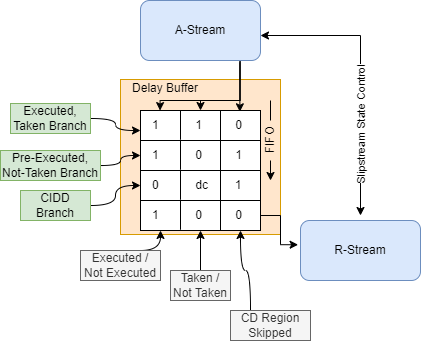
smdupor/diagrams.net keeps this draw.io diagram as DelayBuffer.png. Above is the earlier version. Source tidied: cells renumbered, new cells last; positions are measured from the earlier drawing's top-left corner, leaving out a move shared by most shapes. The source it was exported from:
```xml
<mxGraphModel>
  <root>
    <mxCell id="0" />
    <mxCell id="1" parent="0" />
    <mxCell id="2" style="rounded=0;whiteSpace=wrap;html=1;fontStyle=1;fillColor=#ffe6cc;strokeColor=#d79b00;" parent="1" vertex="1">
      <mxGeometry x="120" y="79" width="160" height="155" as="geometry" />
    </mxCell>
    <mxCell id="3" style="edgeStyle=orthogonalEdgeStyle;rounded=0;jettySize=auto;html=1;exitX=0.833;exitY=1.03;exitDx=0;exitDy=0;endArrow=classic;endFill=1;exitPerimeter=0;entryX=0.828;entryY=0.043;entryDx=0;entryDy=0;entryPerimeter=0;" parent="1" edge="1" source="8" target="10">
      <mxGeometry relative="1" as="geometry">
        <Array as="points">
          <mxPoint x="240" y="111" />
        </Array>
      </mxGeometry>
    </mxCell>
    <mxCell id="4" style="edgeStyle=orthogonalEdgeStyle;rounded=0;orthogonalLoop=1;jettySize=auto;html=1;endArrow=classic;endFill=1;entryX=0.5;entryY=0;entryDx=0;entryDy=0;startArrow=classic;startFill=1;" parent="1" edge="1">
      <mxGeometry relative="1" as="geometry">
        <mxPoint x="260" y="35" as="sourcePoint" />
        <mxPoint x="360" y="215" as="targetPoint" />
        <Array as="points">
          <mxPoint x="360" y="35" />
        </Array>
      </mxGeometry>
    </mxCell>
    <mxCell id="5" value="Slipstream State Control" style="edgeLabel;html=1;align=center;verticalAlign=middle;rotation=-90;" parent="4" vertex="1">
      <mxGeometry x="-0.09" relative="1" as="geometry">
        <mxPoint y="62" as="offset" />
      </mxGeometry>
    </mxCell>
    <mxCell id="6" style="edgeStyle=orthogonalEdgeStyle;rounded=0;jettySize=auto;html=1;exitX=0.828;exitY=0.985;exitDx=0;exitDy=0;entryX=0.163;entryY=0.003;entryDx=0;entryDy=0;startArrow=none;startFill=0;endArrow=classic;endFill=1;exitPerimeter=0;entryPerimeter=0;" parent="1" edge="1" source="8" target="10">
      <mxGeometry relative="1" as="geometry">
        <Array as="points">
          <mxPoint x="239" y="100" />
          <mxPoint x="160" y="100" />
          <mxPoint x="160" y="110" />
        </Array>
      </mxGeometry>
    </mxCell>
    <mxCell id="7" style="edgeStyle=orthogonalEdgeStyle;rounded=0;jettySize=auto;html=1;exitX=0.831;exitY=0.997;exitDx=0;exitDy=0;entryX=0.5;entryY=0;entryDx=0;entryDy=0;startArrow=none;startFill=0;endArrow=classic;endFill=1;exitPerimeter=0;" parent="1" edge="1" source="8" target="10">
      <mxGeometry relative="1" as="geometry">
        <Array as="points">
          <mxPoint x="240" y="100" />
          <mxPoint x="200" y="100" />
        </Array>
      </mxGeometry>
    </mxCell>
    <mxCell id="8" value="A-Stream" style="rounded=1;whiteSpace=wrap;html=1;fillColor=#dae8fc;strokeColor=#6c8ebf;" parent="1" vertex="1">
      <mxGeometry x="140" width="120" height="60" as="geometry" />
    </mxCell>
    <mxCell id="9" style="group;" parent="1" vertex="1">
      <mxGeometry x="140" y="110" width="120" height="30" as="geometry" />
    </mxCell>
    <mxCell id="10" value="&amp;nbsp; &amp;nbsp;1&amp;nbsp; &amp;nbsp; &amp;nbsp; &amp;nbsp; &amp;nbsp; &amp;nbsp;1&amp;nbsp; &amp;nbsp; &amp;nbsp; &amp;nbsp; &amp;nbsp; 0&amp;nbsp;&amp;nbsp;" style="rounded=0;whiteSpace=wrap;html=1;align=left;" parent="9" vertex="1">
      <mxGeometry width="120" height="30" as="geometry" />
    </mxCell>
    <mxCell id="11" style="edgeStyle=orthogonalEdgeStyle;rounded=0;jettySize=auto;html=1;entryX=0.335;entryY=1.004;entryDx=0;entryDy=0;endArrow=none;endFill=0;entryPerimeter=0;" parent="9" edge="1" target="10">
      <mxGeometry relative="1" as="geometry">
        <mxPoint x="40" as="sourcePoint" />
        <Array as="points">
          <mxPoint x="40" y="29" />
          <mxPoint x="40" y="29" />
        </Array>
      </mxGeometry>
    </mxCell>
    <mxCell id="12" style="edgeStyle=orthogonalEdgeStyle;rounded=0;orthogonalLoop=1;jettySize=auto;html=1;exitX=0.75;exitY=0;exitDx=0;exitDy=0;entryX=0.75;entryY=1;entryDx=0;entryDy=0;endArrow=none;endFill=0;" parent="9" edge="1" source="10" target="10">
      <mxGeometry relative="1" as="geometry">
        <Array as="points">
          <mxPoint x="80" />
          <mxPoint x="80" y="30" />
        </Array>
      </mxGeometry>
    </mxCell>
    <mxCell id="13" style="group;" parent="1" vertex="1">
      <mxGeometry x="140" y="140" width="120" height="30" as="geometry" />
    </mxCell>
    <mxCell id="14" value="&amp;nbsp; &amp;nbsp;1&amp;nbsp; &amp;nbsp; &amp;nbsp; &amp;nbsp; &amp;nbsp; &amp;nbsp;0&amp;nbsp; &amp;nbsp; &amp;nbsp; &amp;nbsp; &amp;nbsp; 1&amp;nbsp;&amp;nbsp;" style="rounded=0;whiteSpace=wrap;html=1;align=left;" parent="13" vertex="1">
      <mxGeometry width="120" height="30" as="geometry" />
    </mxCell>
    <mxCell id="15" style="edgeStyle=orthogonalEdgeStyle;rounded=0;jettySize=auto;html=1;entryX=0.335;entryY=1.004;entryDx=0;entryDy=0;endArrow=none;endFill=0;entryPerimeter=0;" parent="13" edge="1" target="14">
      <mxGeometry relative="1" as="geometry">
        <mxPoint x="40" as="sourcePoint" />
        <Array as="points">
          <mxPoint x="40" y="29" />
          <mxPoint x="40" y="29" />
        </Array>
      </mxGeometry>
    </mxCell>
    <mxCell id="16" style="edgeStyle=orthogonalEdgeStyle;rounded=0;orthogonalLoop=1;jettySize=auto;html=1;exitX=0.75;exitY=0;exitDx=0;exitDy=0;entryX=0.75;entryY=1;entryDx=0;entryDy=0;endArrow=none;endFill=0;" parent="13" edge="1" source="14" target="14">
      <mxGeometry relative="1" as="geometry">
        <Array as="points">
          <mxPoint x="80" />
          <mxPoint x="80" y="30" />
        </Array>
      </mxGeometry>
    </mxCell>
    <mxCell id="17" style="group;" parent="1" vertex="1">
      <mxGeometry x="140" y="170" width="120" height="30" as="geometry" />
    </mxCell>
    <mxCell id="18" value="&amp;nbsp; &amp;nbsp;0&amp;nbsp; &amp;nbsp; &amp;nbsp; &amp;nbsp; &amp;nbsp; &amp;nbsp;dc&amp;nbsp; &amp;nbsp; &amp;nbsp; &amp;nbsp; 1&amp;nbsp;&amp;nbsp;" style="rounded=0;whiteSpace=wrap;html=1;align=left;" parent="17" vertex="1">
      <mxGeometry width="120" height="30" as="geometry" />
    </mxCell>
    <mxCell id="19" style="edgeStyle=orthogonalEdgeStyle;rounded=0;jettySize=auto;html=1;entryX=0.335;entryY=1.004;entryDx=0;entryDy=0;endArrow=none;endFill=0;entryPerimeter=0;" parent="17" edge="1" target="18">
      <mxGeometry relative="1" as="geometry">
        <mxPoint x="40" as="sourcePoint" />
        <Array as="points">
          <mxPoint x="40" y="29" />
          <mxPoint x="40" y="29" />
        </Array>
      </mxGeometry>
    </mxCell>
    <mxCell id="20" style="edgeStyle=orthogonalEdgeStyle;rounded=0;orthogonalLoop=1;jettySize=auto;html=1;exitX=0.75;exitY=0;exitDx=0;exitDy=0;entryX=0.75;entryY=1;entryDx=0;entryDy=0;endArrow=none;endFill=0;" parent="17" edge="1" source="18" target="18">
      <mxGeometry relative="1" as="geometry">
        <Array as="points">
          <mxPoint x="80" />
          <mxPoint x="80" y="30" />
        </Array>
      </mxGeometry>
    </mxCell>
    <mxCell id="21" style="group;" parent="1" vertex="1">
      <mxGeometry x="140" y="200" width="120" height="30" as="geometry" />
    </mxCell>
    <mxCell id="22" value="&amp;nbsp; &amp;nbsp;1&amp;nbsp; &amp;nbsp; &amp;nbsp; &amp;nbsp; &amp;nbsp; &amp;nbsp;0&amp;nbsp; &amp;nbsp; &amp;nbsp; &amp;nbsp; &amp;nbsp; 0&amp;nbsp;&amp;nbsp;" style="rounded=0;whiteSpace=wrap;html=1;align=left;" parent="21" vertex="1">
      <mxGeometry width="120" height="30" as="geometry" />
    </mxCell>
    <mxCell id="23" style="edgeStyle=orthogonalEdgeStyle;rounded=0;jettySize=auto;html=1;entryX=0.335;entryY=1.004;entryDx=0;entryDy=0;endArrow=none;endFill=0;entryPerimeter=0;" parent="21" edge="1" target="22">
      <mxGeometry relative="1" as="geometry">
        <mxPoint x="40" as="sourcePoint" />
        <Array as="points">
          <mxPoint x="40" y="29" />
          <mxPoint x="40" y="29" />
        </Array>
      </mxGeometry>
    </mxCell>
    <mxCell id="24" style="edgeStyle=orthogonalEdgeStyle;rounded=0;orthogonalLoop=1;jettySize=auto;html=1;exitX=0.75;exitY=0;exitDx=0;exitDy=0;entryX=0.75;entryY=1;entryDx=0;entryDy=0;endArrow=none;endFill=0;" parent="21" edge="1" source="22" target="22">
      <mxGeometry relative="1" as="geometry">
        <Array as="points">
          <mxPoint x="80" />
          <mxPoint x="80" y="30" />
        </Array>
      </mxGeometry>
    </mxCell>
    <mxCell id="25" value="R-Stream" style="rounded=1;whiteSpace=wrap;html=1;fillColor=#dae8fc;strokeColor=#6c8ebf;" parent="1" vertex="1">
      <mxGeometry x="300" y="220" width="120" height="60" as="geometry" />
    </mxCell>
    <mxCell id="26" value="Delay Buffer" style="text;html=1;strokeColor=none;fillColor=none;align=center;verticalAlign=middle;whiteSpace=wrap;rounded=0;" parent="1" vertex="1">
      <mxGeometry x="120" y="73" width="90" height="30" as="geometry" />
    </mxCell>
    <mxCell id="27" style="edgeStyle=orthogonalEdgeStyle;rounded=0;jettySize=auto;html=1;exitX=1;exitY=0.5;exitDx=0;exitDy=0;entryX=-0.02;entryY=0.404;entryDx=0;entryDy=0;entryPerimeter=0;startArrow=none;startFill=0;endArrow=classic;endFill=1;" parent="1" edge="1" source="22" target="25">
      <mxGeometry relative="1" as="geometry" />
    </mxCell>
    <mxCell id="28" style="edgeStyle=orthogonalEdgeStyle;rounded=0;jettySize=auto;html=1;exitX=0.75;exitY=0;exitDx=0;exitDy=0;entryX=0.25;entryY=0.974;entryDx=0;entryDy=0;entryPerimeter=0;startArrow=none;startFill=0;endArrow=classic;endFill=1;curved=1;" parent="1" edge="1" source="29" target="2">
      <mxGeometry relative="1" as="geometry" />
    </mxCell>
    <mxCell id="29" value="Executed / Not Executed" style="text;html=1;strokeColor=#666666;fillColor=#f5f5f5;align=center;verticalAlign=middle;whiteSpace=wrap;rounded=0;fontColor=#333333;" parent="1" vertex="1">
      <mxGeometry x="80" y="250" width="80" height="30" as="geometry" />
    </mxCell>
    <mxCell id="30" style="edgeStyle=orthogonalEdgeStyle;curved=1;rounded=0;jettySize=auto;html=1;exitX=0.5;exitY=0;exitDx=0;exitDy=0;startArrow=none;startFill=0;endArrow=classic;endFill=1;" parent="1" edge="1" source="31" target="22">
      <mxGeometry relative="1" as="geometry" />
    </mxCell>
    <mxCell id="31" value="Taken / Not Taken" style="text;html=1;strokeColor=#666666;fillColor=#f5f5f5;align=center;verticalAlign=middle;whiteSpace=wrap;rounded=0;fontColor=#333333;" parent="1" vertex="1">
      <mxGeometry x="170" y="270" width="60" height="30" as="geometry" />
    </mxCell>
    <mxCell id="32" style="edgeStyle=orthogonalEdgeStyle;curved=1;rounded=0;jettySize=auto;html=1;exitX=0.25;exitY=0;exitDx=0;exitDy=0;startArrow=none;startFill=0;endArrow=classic;endFill=1;" parent="1" edge="1" source="33">
      <mxGeometry relative="1" as="geometry">
        <mxPoint x="240" y="230" as="targetPoint" />
      </mxGeometry>
    </mxCell>
    <mxCell id="33" value="CD Region Skipped" style="text;html=1;strokeColor=#666666;fillColor=#f5f5f5;align=center;verticalAlign=middle;whiteSpace=wrap;rounded=0;fontColor=#333333;" parent="1" vertex="1">
      <mxGeometry x="230" y="310" width="80" height="30" as="geometry" />
    </mxCell>
    <mxCell id="34" style="edgeStyle=orthogonalEdgeStyle;curved=1;rounded=0;jettySize=auto;html=1;exitX=1;exitY=0.5;exitDx=0;exitDy=0;startArrow=none;startFill=0;endArrow=classic;endFill=1;" parent="1" edge="1" source="35">
      <mxGeometry relative="1" as="geometry">
        <mxPoint x="140" y="130" as="targetPoint" />
      </mxGeometry>
    </mxCell>
    <mxCell id="35" value="Executed, Taken Branch" style="text;html=1;strokeColor=#82b366;fillColor=#d5e8d4;align=center;verticalAlign=middle;whiteSpace=wrap;rounded=0;" parent="1" vertex="1">
      <mxGeometry x="10" y="103" width="80" height="30" as="geometry" />
    </mxCell>
    <mxCell id="36" style="edgeStyle=orthogonalEdgeStyle;curved=1;rounded=0;jettySize=auto;html=1;exitX=1;exitY=0.5;exitDx=0;exitDy=0;entryX=0;entryY=0.5;entryDx=0;entryDy=0;startArrow=none;startFill=0;endArrow=classic;endFill=1;" parent="1" edge="1" source="37" target="14">
      <mxGeometry relative="1" as="geometry" />
    </mxCell>
    <mxCell id="37" value="Pre-Executed, Not-Taken Branch" style="text;html=1;strokeColor=#82b366;fillColor=#d5e8d4;align=center;verticalAlign=middle;whiteSpace=wrap;rounded=0;" parent="1" vertex="1">
      <mxGeometry y="150" width="100" height="30" as="geometry" />
    </mxCell>
    <mxCell id="38" style="edgeStyle=orthogonalEdgeStyle;curved=1;rounded=0;jettySize=auto;html=1;exitX=1;exitY=0.5;exitDx=0;exitDy=0;entryX=0;entryY=0.5;entryDx=0;entryDy=0;startArrow=none;startFill=0;endArrow=classic;endFill=1;" parent="1" edge="1" source="39" target="18">
      <mxGeometry relative="1" as="geometry" />
    </mxCell>
    <mxCell id="39" value="CIDD Branch" style="text;html=1;strokeColor=#82b366;fillColor=#d5e8d4;align=center;verticalAlign=middle;whiteSpace=wrap;rounded=0;" parent="1" vertex="1">
      <mxGeometry x="20" y="190" width="70" height="30" as="geometry" />
    </mxCell>
    <mxCell id="40" style="group;" parent="1" vertex="1">
      <mxGeometry x="260" y="100" width="30" height="80" as="geometry" />
    </mxCell>
    <mxCell id="41" style="endArrow=classic;html=1;rounded=0;startArrow=none;" parent="40" edge="1" source="42">
      <mxGeometry relative="1" as="geometry">
        <mxPoint x="10" y="80" as="targetPoint" />
      </mxGeometry>
    </mxCell>
    <mxCell id="42" value="FIFO" style="text;html=1;align=center;verticalAlign=middle;points=[];rotation=-90;" parent="40" vertex="1">
      <mxGeometry x="-10" y="30" width="40" height="20" as="geometry" />
    </mxCell>
    <mxCell id="43" style="endArrow=none;html=1;rounded=0;" parent="40" edge="1" target="42">
      <mxGeometry relative="1" as="geometry">
        <mxPoint x="10" as="sourcePoint" />
      </mxGeometry>
    </mxCell>
  </root>
</mxGraphModel>
```
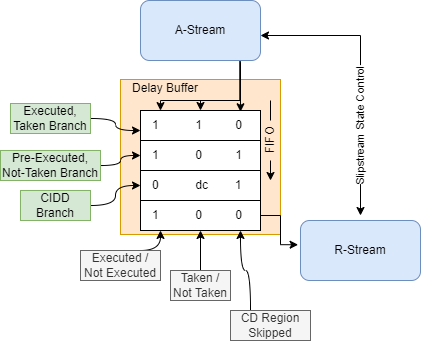
Later version of the same file.

Diff of the diagram source:
```diff
@@ -46,98 +46,6 @@
     <mxCell id="8" value="A-Stream" style="rounded=1;whiteSpace=wrap;html=1;fillColor=#dae8fc;strokeColor=#6c8ebf;" parent="1" vertex="1">
       <mxGeometry x="140" width="120" height="60" as="geometry" />
     </mxCell>
-    <mxCell id="9" style="group;" parent="1" vertex="1">
-      <mxGeometry x="140" y="110" width="120" height="30" as="geometry" />
-    </mxCell>
-    <mxCell id="10" value="&amp;nbsp; &amp;nbsp;1&amp;nbsp; &amp;nbsp; &amp;nbsp; &amp;nbsp; &amp;nbsp; &amp;nbsp;1&amp;nbsp; &amp;nbsp; &amp;nbsp; &amp;nbsp; &amp;nbsp; 0&amp;nbsp;&amp;nbsp;" style="rounded=0;whiteSpace=wrap;html=1;align=left;" parent="9" vertex="1">
-      <mxGeometry width="120" height="30" as="geometry" />
-    </mxCell>
-    <mxCell id="11" style="edgeStyle=orthogonalEdgeStyle;rounded=0;jettySize=auto;html=1;entryX=0.335;entryY=1.004;entryDx=0;entryDy=0;endArrow=none;endFill=0;entryPerimeter=0;" parent="9" edge="1" target="10">
-      <mxGeometry relative="1" as="geometry">
-        <mxPoint x="40" as="sourcePoint" />
-        <Array as="points">
-          <mxPoint x="40" y="29" />
-          <mxPoint x="40" y="29" />
-        </Array>
-      </mxGeometry>
-    </mxCell>
-    <mxCell id="12" style="edgeStyle=orthogonalEdgeStyle;rounded=0;orthogonalLoop=1;jettySize=auto;html=1;exitX=0.75;exitY=0;exitDx=0;exitDy=0;entryX=0.75;entryY=1;entryDx=0;entryDy=0;endArrow=none;endFill=0;" parent="9" edge="1" source="10" target="10">
-      <mxGeometry relative="1" as="geometry">
-        <Array as="points">
-          <mxPoint x="80" />
-          <mxPoint x="80" y="30" />
-        </Array>
-      </mxGeometry>
-    </mxCell>
-    <mxCell id="13" style="group;" parent="1" vertex="1">
-      <mxGeometry x="140" y="140" width="120" height="30" as="geometry" />
-    </mxCell>
-    <mxCell id="14" value="&amp;nbsp; &amp;nbsp;1&amp;nbsp; &amp;nbsp; &amp;nbsp; &amp;nbsp; &amp;nbsp; &amp;nbsp;0&amp;nbsp; &amp;nbsp; &amp;nbsp; &amp;nbsp; &amp;nbsp; 1&amp;nbsp;&amp;nbsp;" style="rounded=0;whiteSpace=wrap;html=1;align=left;" parent="13" vertex="1">
-      <mxGeometry width="120" height="30" as="geometry" />
-    </mxCell>
-    <mxCell id="15" style="edgeStyle=orthogonalEdgeStyle;rounded=0;jettySize=auto;html=1;entryX=0.335;entryY=1.004;entryDx=0;entryDy=0;endArrow=none;endFill=0;entryPerimeter=0;" parent="13" edge="1" target="14">
-      <mxGeometry relative="1" as="geometry">
-        <mxPoint x="40" as="sourcePoint" />
-        <Array as="points">
-          <mxPoint x="40" y="29" />
-          <mxPoint x="40" y="29" />
-        </Array>
-      </mxGeometry>
-    </mxCell>
-    <mxCell id="16" style="edgeStyle=orthogonalEdgeStyle;rounded=0;orthogonalLoop=1;jettySize=auto;html=1;exitX=0.75;exitY=0;exitDx=0;exitDy=0;entryX=0.75;entryY=1;entryDx=0;entryDy=0;endArrow=none;endFill=0;" parent="13" edge="1" source="14" target="14">
-      <mxGeometry relative="1" as="geometry">
-        <Array as="points">
-          <mxPoint x="80" />
-          <mxPoint x="80" y="30" />
-        </Array>
-      </mxGeometry>
-    </mxCell>
-    <mxCell id="17" style="group;" parent="1" vertex="1">
-      <mxGeometry x="140" y="170" width="120" height="30" as="geometry" />
-    </mxCell>
-    <mxCell id="18" value="&amp;nbsp; &amp;nbsp;0&amp;nbsp; &amp;nbsp; &amp;nbsp; &amp;nbsp; &amp;nbsp; &amp;nbsp;dc&amp;nbsp; &amp;nbsp; &amp;nbsp; &amp;nbsp; 1&amp;nbsp;&amp;nbsp;" style="rounded=0;whiteSpace=wrap;html=1;align=left;" parent="17" vertex="1">
-      <mxGeometry width="120" height="30" as="geometry" />
-    </mxCell>
-    <mxCell id="19" style="edgeStyle=orthogonalEdgeStyle;rounded=0;jettySize=auto;html=1;entryX=0.335;entryY=1.004;entryDx=0;entryDy=0;endArrow=none;endFill=0;entryPerimeter=0;" parent="17" edge="1" target="18">
-      <mxGeometry relative="1" as="geometry">
-        <mxPoint x="40" as="sourcePoint" />
-        <Array as="points">
-          <mxPoint x="40" y="29" />
-          <mxPoint x="40" y="29" />
-        </Array>
-      </mxGeometry>
-    </mxCell>
-    <mxCell id="20" style="edgeStyle=orthogonalEdgeStyle;rounded=0;orthogonalLoop=1;jettySize=auto;html=1;exitX=0.75;exitY=0;exitDx=0;exitDy=0;entryX=0.75;entryY=1;entryDx=0;entryDy=0;endArrow=none;endFill=0;" parent="17" edge="1" source="18" target="18">
-      <mxGeometry relative="1" as="geometry">
-        <Array as="points">
-          <mxPoint x="80" />
-          <mxPoint x="80" y="30" />
-        </Array>
-      </mxGeometry>
-    </mxCell>
-    <mxCell id="21" style="group;" parent="1" vertex="1">
-      <mxGeometry x="140" y="200" width="120" height="30" as="geometry" />
-    </mxCell>
-    <mxCell id="22" value="&amp;nbsp; &amp;nbsp;1&amp;nbsp; &amp;nbsp; &amp;nbsp; &amp;nbsp; &amp;nbsp; &amp;nbsp;0&amp;nbsp; &amp;nbsp; &amp;nbsp; &amp;nbsp; &amp;nbsp; 0&amp;nbsp;&amp;nbsp;" style="rounded=0;whiteSpace=wrap;html=1;align=left;" parent="21" vertex="1">
-      <mxGeometry width="120" height="30" as="geometry" />
-    </mxCell>
-    <mxCell id="23" style="edgeStyle=orthogonalEdgeStyle;rounded=0;jettySize=auto;html=1;entryX=0.335;entryY=1.004;entryDx=0;entryDy=0;endArrow=none;endFill=0;entryPerimeter=0;" parent="21" edge="1" target="22">
-      <mxGeometry relative="1" as="geometry">
-        <mxPoint x="40" as="sourcePoint" />
-        <Array as="points">
-          <mxPoint x="40" y="29" />
-          <mxPoint x="40" y="29" />
-        </Array>
-      </mxGeometry>
-    </mxCell>
-    <mxCell id="24" style="edgeStyle=orthogonalEdgeStyle;rounded=0;orthogonalLoop=1;jettySize=auto;html=1;exitX=0.75;exitY=0;exitDx=0;exitDy=0;entryX=0.75;entryY=1;entryDx=0;entryDy=0;endArrow=none;endFill=0;" parent="21" edge="1" source="22" target="22">
-      <mxGeometry relative="1" as="geometry">
-        <Array as="points">
-          <mxPoint x="80" />
-          <mxPoint x="80" y="30" />
-        </Array>
-      </mxGeometry>
-    </mxCell>
     <mxCell id="25" value="R-Stream" style="rounded=1;whiteSpace=wrap;html=1;fillColor=#dae8fc;strokeColor=#6c8ebf;" parent="1" vertex="1">
       <mxGeometry x="300" y="220" width="120" height="60" as="geometry" />
     </mxCell>
@@ -203,5 +111,17 @@
         <mxPoint x="10" as="sourcePoint" />
       </mxGeometry>
     </mxCell>
+    <mxCell id="10" value="&amp;nbsp; &amp;nbsp;1&amp;nbsp; &amp;nbsp; &amp;nbsp; &amp;nbsp; &amp;nbsp; &amp;nbsp;1&amp;nbsp; &amp;nbsp; &amp;nbsp; &amp;nbsp; &amp;nbsp; 0&amp;nbsp;&amp;nbsp;" style="rounded=0;whiteSpace=wrap;html=1;align=left;" parent="1" vertex="1">
+      <mxGeometry x="140" y="110" width="120" height="30" as="geometry" />
+    </mxCell>
+    <mxCell id="14" value="&amp;nbsp; &amp;nbsp;1&amp;nbsp; &amp;nbsp; &amp;nbsp; &amp;nbsp; &amp;nbsp; &amp;nbsp;0&amp;nbsp; &amp;nbsp; &amp;nbsp; &amp;nbsp; &amp;nbsp; 1&amp;nbsp;&amp;nbsp;" style="rounded=0;whiteSpace=wrap;html=1;align=left;" parent="1" vertex="1">
+      <mxGeometry x="140" y="140" width="120" height="30" as="geometry" />
+    </mxCell>
+    <mxCell id="18" value="&amp;nbsp; &amp;nbsp;0&amp;nbsp; &amp;nbsp; &amp;nbsp; &amp;nbsp; &amp;nbsp; &amp;nbsp;dc&amp;nbsp; &amp;nbsp; &amp;nbsp; &amp;nbsp; 1&amp;nbsp;&amp;nbsp;" style="rounded=0;whiteSpace=wrap;html=1;align=left;" parent="1" vertex="1">
+      <mxGeometry x="140" y="170" width="120" height="30" as="geometry" />
+    </mxCell>
+    <mxCell id="22" value="&amp;nbsp; &amp;nbsp;1&amp;nbsp; &amp;nbsp; &amp;nbsp; &amp;nbsp; &amp;nbsp; &amp;nbsp;0&amp;nbsp; &amp;nbsp; &amp;nbsp; &amp;nbsp; &amp;nbsp; 0&amp;nbsp;&amp;nbsp;" style="rounded=0;whiteSpace=wrap;html=1;align=left;" parent="1" vertex="1">
+      <mxGeometry x="140" y="200" width="120" height="30" as="geometry" />
+    </mxCell>
   </root>
 </mxGraphModel>
```
